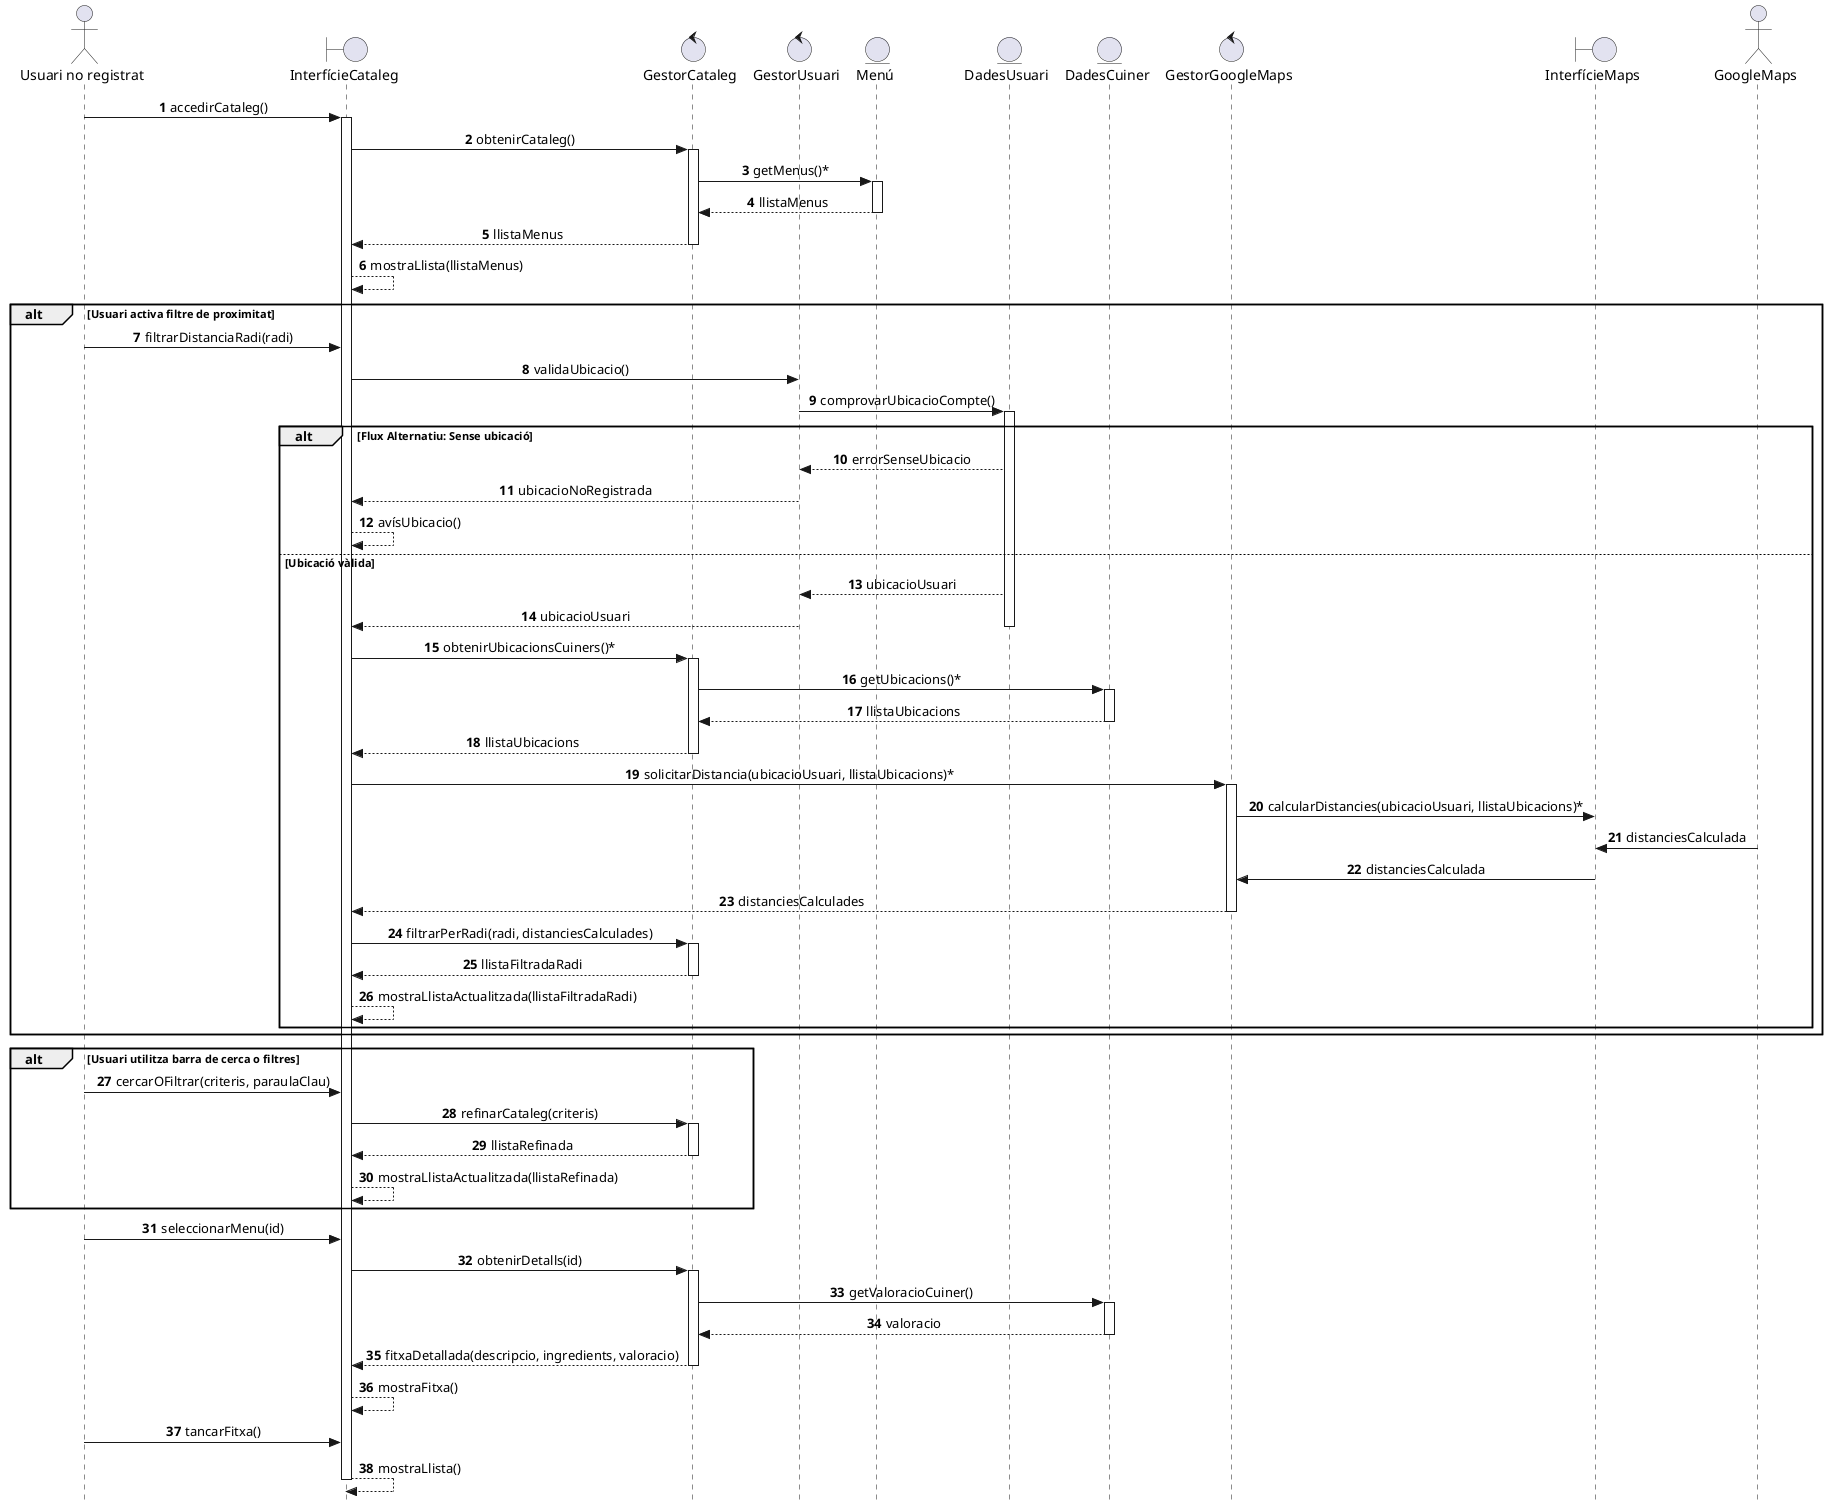
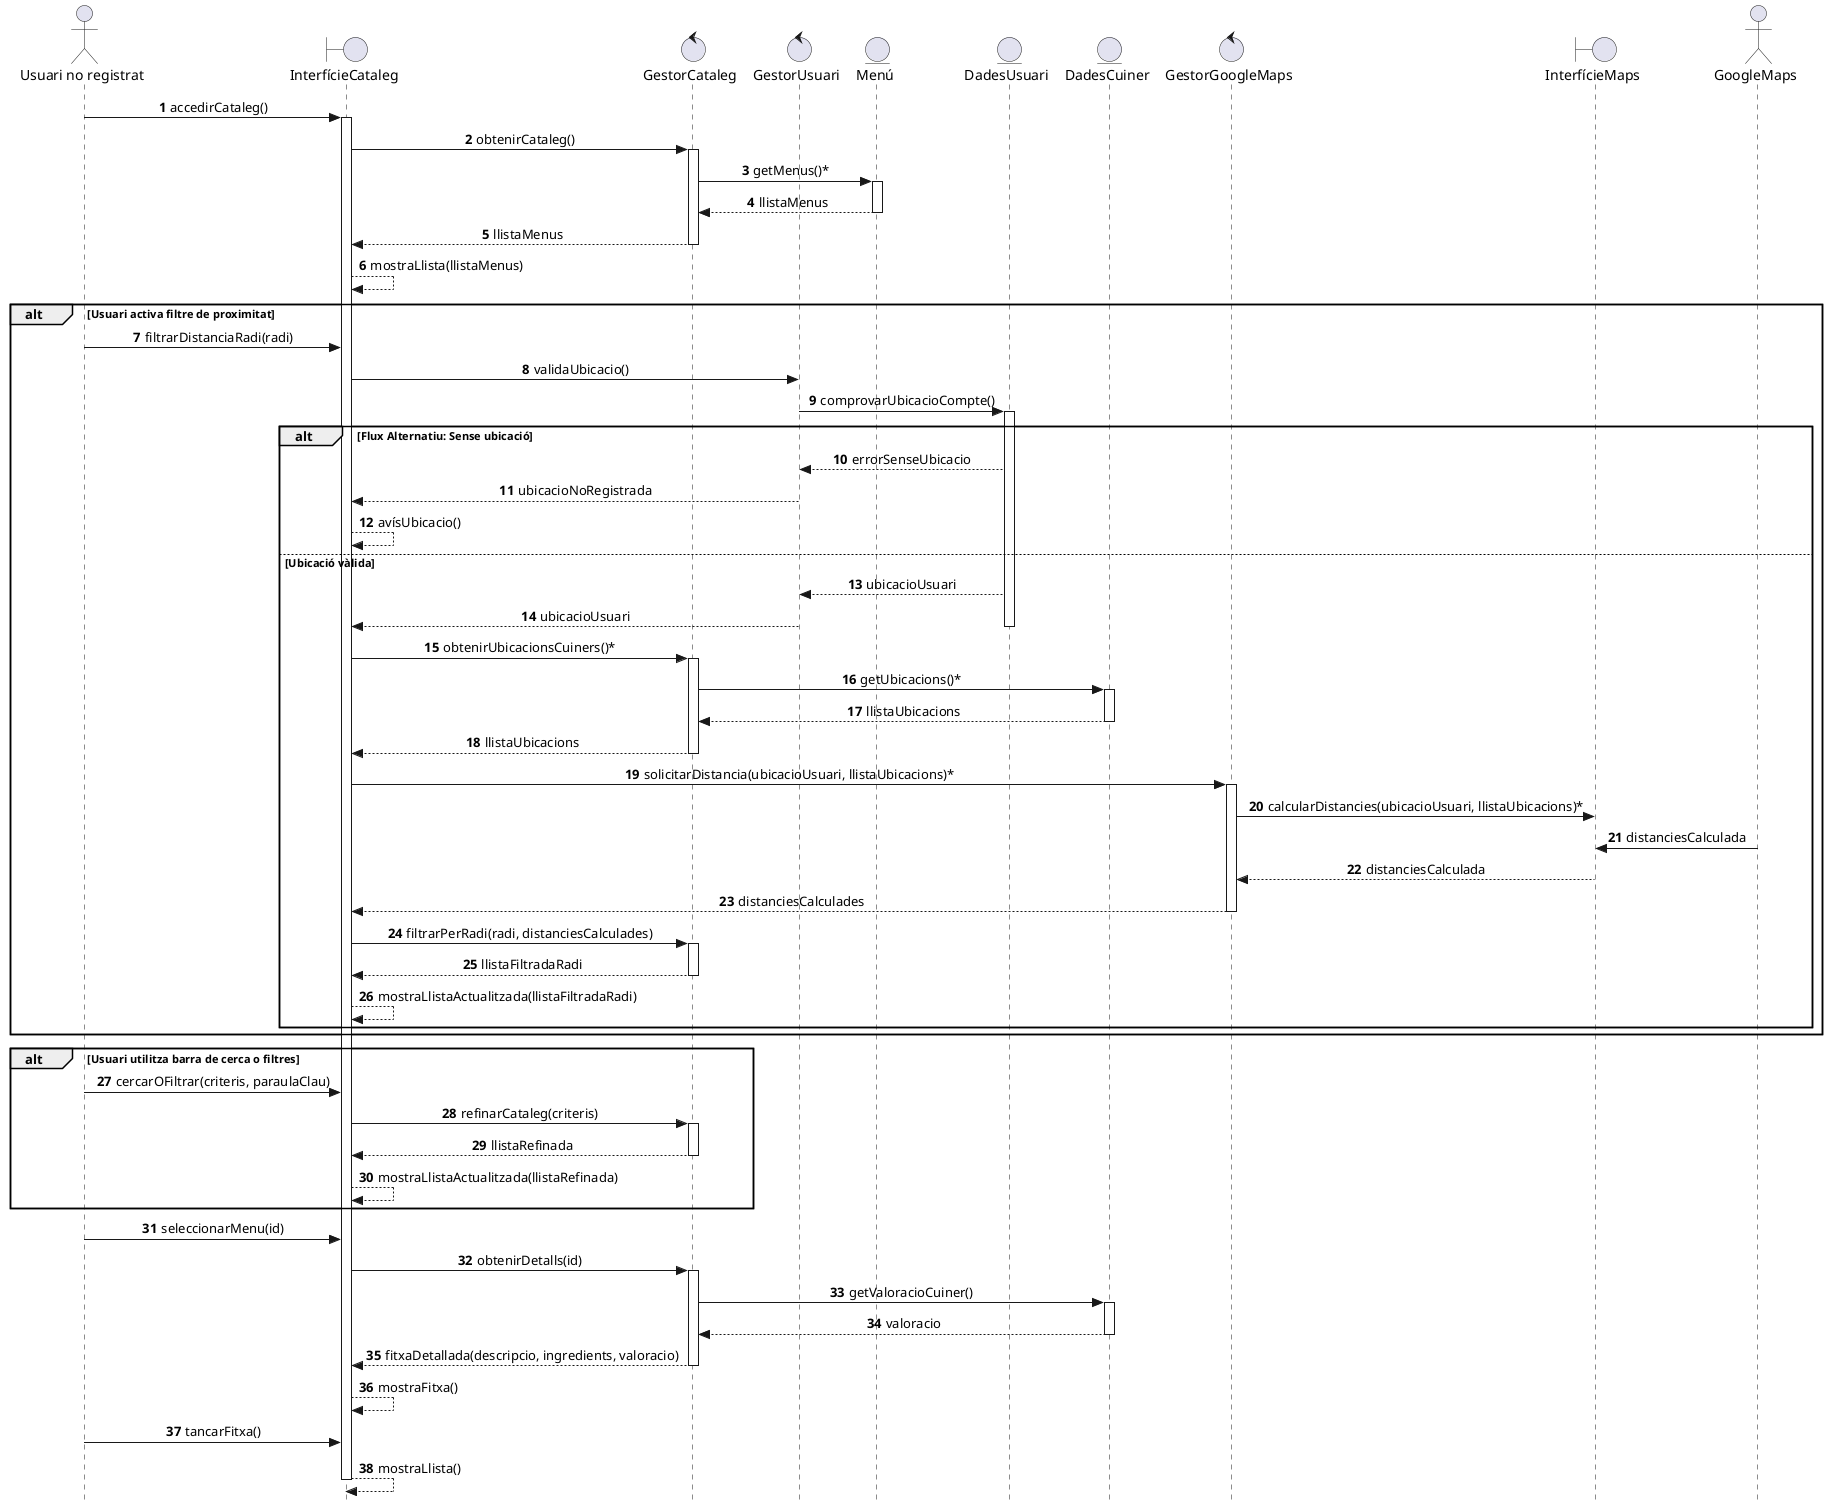
@startuml
autonumber
skinparam style strictuml
skinparam SequenceMessageAlign center

actor "Usuari no registrat" as UNR
boundary "InterfícieCataleg" as Interf
control "GestorCataleg" as GestorCat
control "GestorUsuari" as GestorUs
entity "Menú" as Menu
entity "DadesUsuari" as DadesUsuari
entity "DadesCuiner" as DadesCuiner
control "GestorGoogleMaps" as Gmaps
boundary "InterfícieMaps" as InterfMaps
Actor "GoogleMaps" as ActorGoogleMaps


UNR -> Interf: accedirCataleg()
activate Interf

Interf -> GestorCat: obtenirCataleg()
activate GestorCat

GestorCat -> Menu: getMenus()*
activate Menu
Menu --> GestorCat: llistaMenus
deactivate Menu

GestorCat --> Interf: llistaMenus
deactivate GestorCat

Interf --> Interf: mostraLlista(llistaMenus)

alt Usuari activa filtre de proximitat
    UNR -> Interf: filtrarDistanciaRadi(radi)
    Interf -> GestorUs: validaUbicacio()
    GestorUs -> DadesUsuari: comprovarUbicacioCompte()
    activate DadesUsuari

    alt Flux Alternatiu: Sense ubicació
        DadesUsuari --> GestorUs: errorSenseUbicacio
        GestorUs --> Interf: ubicacioNoRegistrada
        Interf --> Interf: avísUbicacio()
    else Ubicació vàlida
        DadesUsuari --> GestorUs: ubicacioUsuari
        GestorUs --> Interf: ubicacioUsuari
        deactivate DadesUsuari

        Interf -> GestorCat: obtenirUbicacionsCuiners()*
        activate GestorCat

        GestorCat -> DadesCuiner: getUbicacions()*
        activate DadesCuiner
        DadesCuiner --> GestorCat: llistaUbicacions
        deactivate DadesCuiner

        GestorCat --> Interf: llistaUbicacions
        deactivate GestorCat

        Interf -> Gmaps: solicitarDistancia(ubicacioUsuari, llistaUbicacions)*
        activate Gmaps
        Gmaps -> InterfMaps: calcularDistancies(ubicacioUsuari, llistaUbicacions)*
        ActorGoogleMaps -> InterfMaps: distanciesCalculada
-         InterfMaps -> Gmaps: distanciesCalculada
+         InterfMaps --> Gmaps: distanciesCalculada
        Gmaps --> Interf: distanciesCalculades
        deactivate Gmaps

        Interf -> GestorCat: filtrarPerRadi(radi, distanciesCalculades)
        activate GestorCat
        GestorCat --> Interf: llistaFiltradaRadi
        deactivate GestorCat

        Interf --> Interf: mostraLlistaActualitzada(llistaFiltradaRadi)
    end
end


alt Usuari utilitza barra de cerca o filtres
    UNR -> Interf: cercarOFiltrar(criteris, paraulaClau)

    Interf -> GestorCat: refinarCataleg(criteris)
    activate GestorCat
    GestorCat --> Interf: llistaRefinada
    deactivate GestorCat

    Interf --> Interf: mostraLlistaActualitzada(llistaRefinada)
end

UNR -> Interf: seleccionarMenu(id)

Interf -> GestorCat: obtenirDetalls(id)
activate GestorCat

GestorCat -> DadesCuiner: getValoracioCuiner()
activate DadesCuiner
DadesCuiner --> GestorCat: valoracio
deactivate DadesCuiner

GestorCat --> Interf: fitxaDetallada(descripcio, ingredients, valoracio)
deactivate GestorCat

Interf --> Interf: mostraFitxa()

UNR -> Interf: tancarFitxa()
Interf --> Interf: mostraLlista()
deactivate Interf

@enduml
